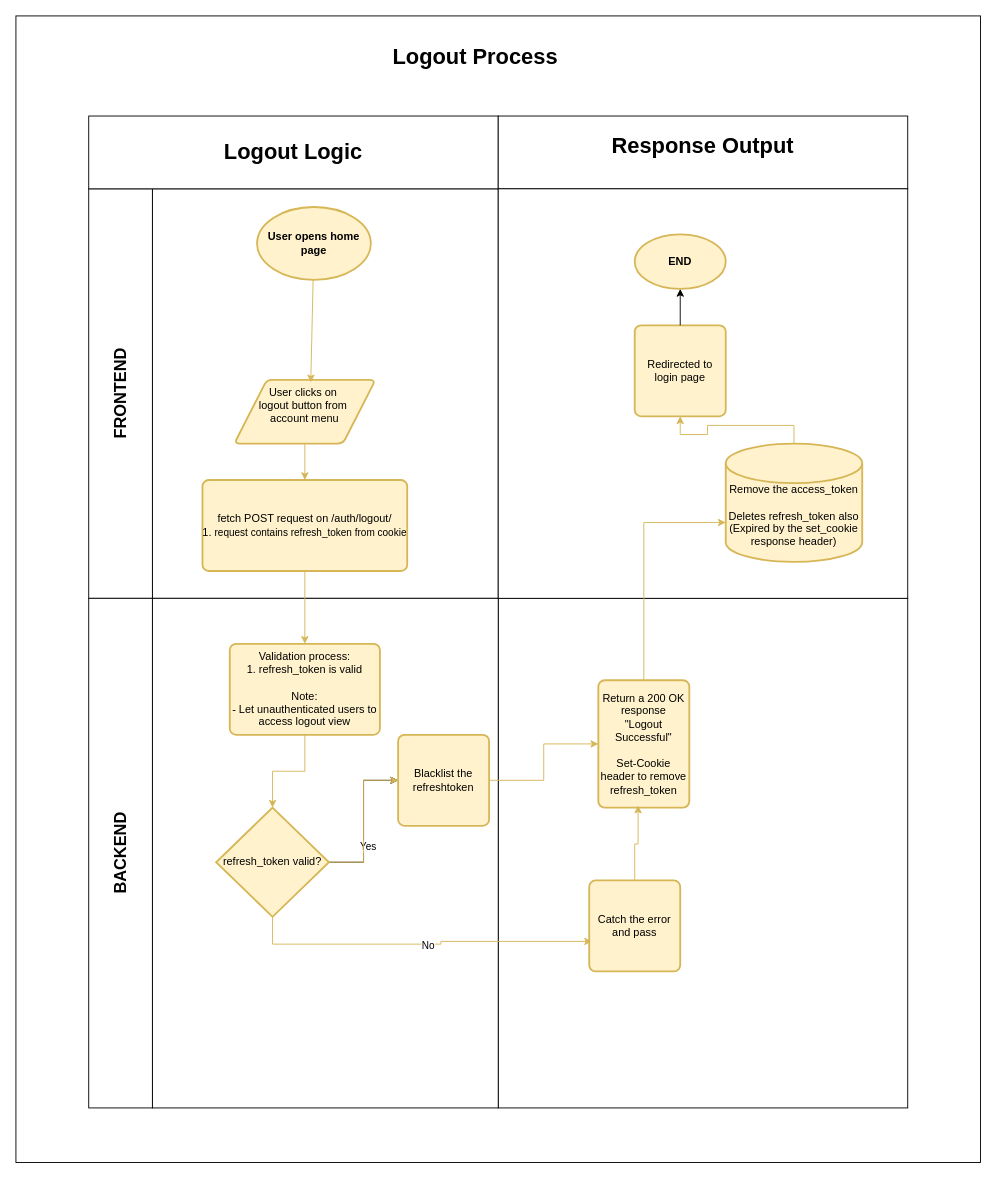
This is page "auth_logout-process" (3 of 4) of E-Commerce Process Flow.drawio from RHILIUS/drawio, a draw.io file, before an edit. Source tidied: cells renumbered, new cells numbered last; positions are measured from the earlier drawing's top-left corner, leaving out a move shared by most shapes. Both pictures are drawn from the tidied source at 91%, with x=0, y=0 at pixel (15, 15).
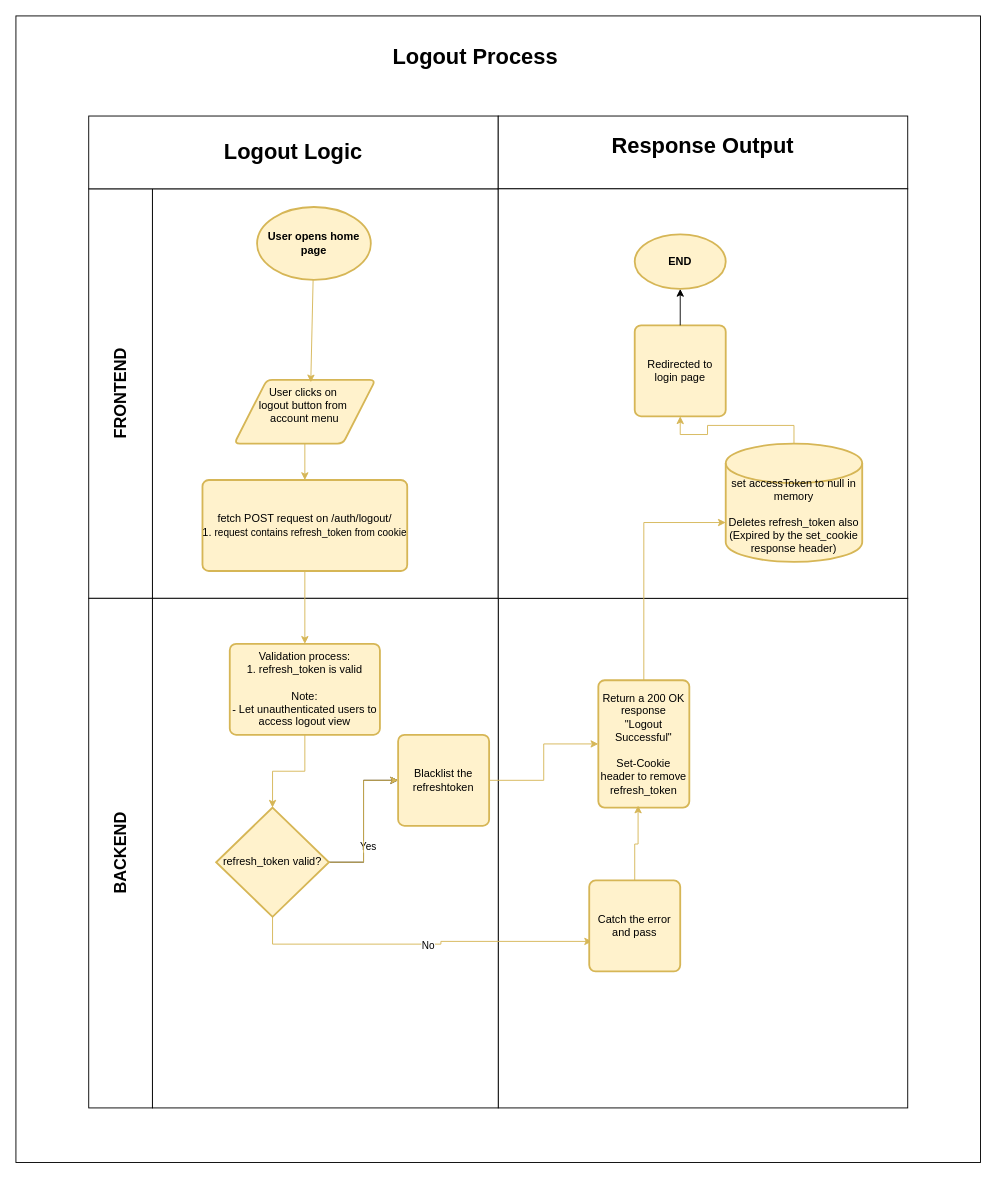
The same diagram, later.

Commit message (it also covers changes not shown here):
feat: change storage of accessToken from localStorage to memory

What changed in the source:
```diff
@@
-    <mxCell id="34" value="&lt;div&gt;&lt;br&gt;&lt;/div&gt;&lt;div&gt;&lt;br&gt;&lt;/div&gt;Remove the access_token&lt;div&gt;&lt;br&gt;&lt;/div&gt;&lt;div&gt;Deletes refresh_token also (Expired by the set_cookie response header)&lt;/div&gt;" style="strokeWidth=2;html=1;shape=mxgraph.flowchart.database;whiteSpace=wrap;fillColor=#fff2cc;strokeColor=#d6b656;" parent="1" vertex="1">
+    <mxCell id="34" value="&lt;div&gt;&lt;br&gt;&lt;/div&gt;&lt;div&gt;&lt;br&gt;&lt;/div&gt;set accessToken to null in memory&lt;br&gt;&lt;div&gt;&lt;br&gt;&lt;/div&gt;&lt;div&gt;Deletes refresh_token also (Expired by the set_cookie response header)&lt;/div&gt;" style="strokeWidth=2;html=1;shape=mxgraph.flowchart.database;whiteSpace=wrap;fillColor=#fff2cc;strokeColor=#d6b656;" parent="1" vertex="1">
       <mxGeometry x="780" y="470" width="150" height="130" as="geometry" />
     </mxCell>
```
